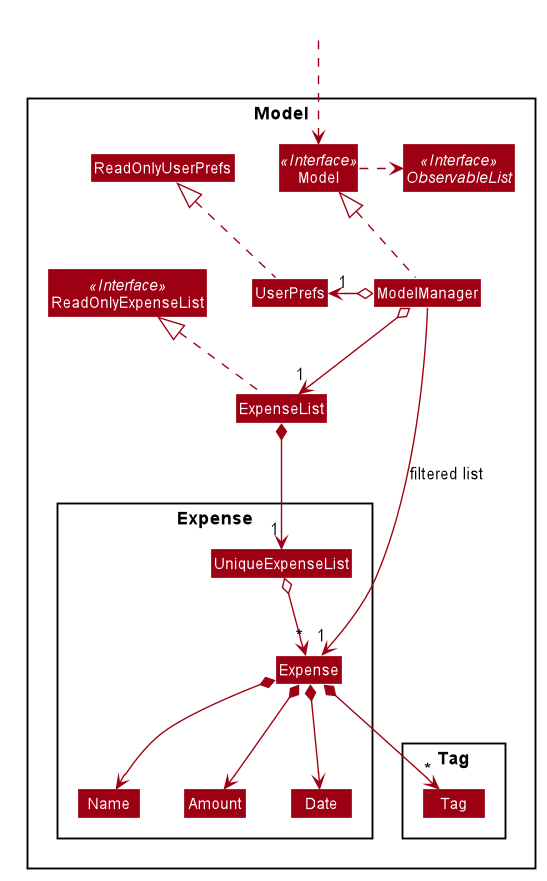
Before: images/ModelClassDiagram.png, a diagram exported from PlantUML (AY1920S1-CS2103-T14-4/main). The source it was exported from:
```plantuml
@startuml








skinparam BackgroundColor #FFFFFFF

skinparam Shadowing false

skinparam Class {
    FontColor #FFFFFF
    BorderThickness 1
    BorderColor #FFFFFF
    StereotypeFontColor #FFFFFF
    FontName Arial
}

skinparam Actor {
    BorderColor #000000
    Color #000000
    FontName Arial
}

skinparam Sequence {
    MessageAlign center
    BoxFontSize 15
    BoxPadding 0
    BoxFontColor #FFFFFF
    FontName Arial
}

skinparam Participant {
    FontColor #FFFFFFF
    Padding 20
}

skinparam MinClassWidth 50
skinparam ParticipantPadding 10
skinparam Shadowing false
skinparam DefaultTextAlignment center
skinparam packageStyle Rectangle

hide footbox
hide members
hide circle
skinparam arrowThickness 1.1
skinparam arrowColor #9D0012
skinparam classBackgroundColor #9D0012

Package Model <<Rectangle>>{
Interface ReadOnlyExpenseList <<Interface>>
Interface Model <<Interface>>
Interface ObservableList <<Interface>>
Class ExpenseList
Class ReadOnlyExpenseList
Class Model
Class ModelManager
Class UserPrefs
Class ReadOnlyUserPrefs

Package Expense {
Class Expense
Class Amount
Class Date
Class Name
Class UniqueExpenseList
}

Package Tag {
Class Tag
}
}

Class HiddenOutside #FFFFFF
HiddenOutside ..> Model

ExpenseList .up.|> ReadOnlyExpenseList

ModelManager .up.|> Model
Model .right.> ObservableList
ModelManager o--> "1" ExpenseList
ModelManager o-left-> "1" UserPrefs
UserPrefs .up.|> ReadOnlyUserPrefs

ExpenseList *--> "1" UniqueExpenseList
UniqueExpenseList o--> "*" Expense
Expense *--> Name
Expense *--> Amount
Expense *--> Date
Expense *--> "*" Tag

Name -[hidden]right-> Amount
Amount -[hidden]right-> Date

ModelManager -->"1" Expense : filtered list
@enduml
```
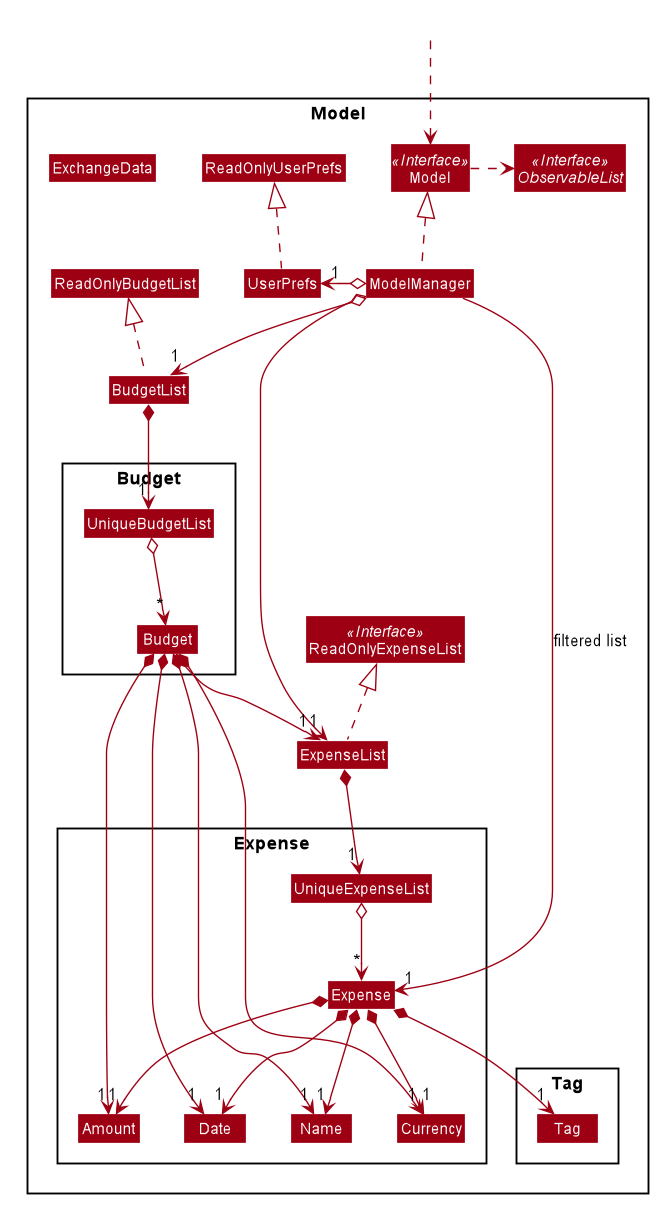
After the change.

Change to the diagram source:
```diff
@@ -56,7 +56,10 @@
 Interface Model <<Interface>>
 Interface ObservableList <<Interface>>
 Class ExpenseList
+Class BudgetList
+Class ExchangeData
 Class ReadOnlyExpenseList
+Class ReadOnlyBudgetList
 Class Model
 Class ModelManager
 Class UserPrefs
@@ -67,7 +70,16 @@
 Class Amount
 Class Date
 Class Name
+Class Currency
 Class UniqueExpenseList
+}
+
+Package Budget {
+Class Budget
+Class Amount
+Class Date
+Class Name
+Class UniqueBudgetList
 }
 
 Package Tag {
@@ -79,19 +91,30 @@
 HiddenOutside ..> Model
 
 ExpenseList .up.|> ReadOnlyExpenseList
+BudgetList .up.|> ReadOnlyBudgetList
 
 ModelManager .up.|> Model
 Model .right.> ObservableList
 ModelManager o--> "1" ExpenseList
+ModelManager o--> "1" BudgetList
 ModelManager o-left-> "1" UserPrefs
 UserPrefs .up.|> ReadOnlyUserPrefs
 
 ExpenseList *--> "1" UniqueExpenseList
 UniqueExpenseList o--> "*" Expense
-Expense *--> Name
-Expense *--> Amount
-Expense *--> Date
-Expense *--> "*" Tag
+Expense *--> "1" Name
+Expense *--> "1" Amount
+Expense *--> "1" Date
+Expense *--> "1" Tag
+Expense *--> "1" Currency
+
+BudgetList *--> "1" UniqueBudgetList
+UniqueBudgetList o--> "*" Budget
+Budget *--> "1" Name
+Budget *--> "1" Amount
+Budget *--> "1" Date
+Budget *--> "1" Currency
+Budget *--> "1" ExpenseList
 
 Name -[hidden]right-> Amount
 Amount -[hidden]right-> Date
```
